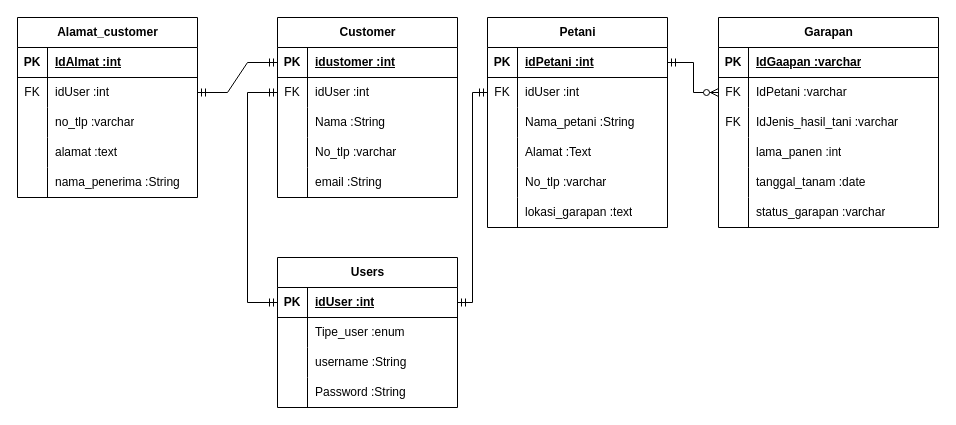
Earlier version of the draw.io diagram ERD.drawio (zzarr/Project3-design-diagram). Source tidied: cells renumbered, new cells numbered last; positions are measured from the earlier drawing's top-left corner, leaving out a move shared by most shapes. Both pictures are drawn from the tidied source at 100%, with x=0, y=0 at pixel (17, -3).
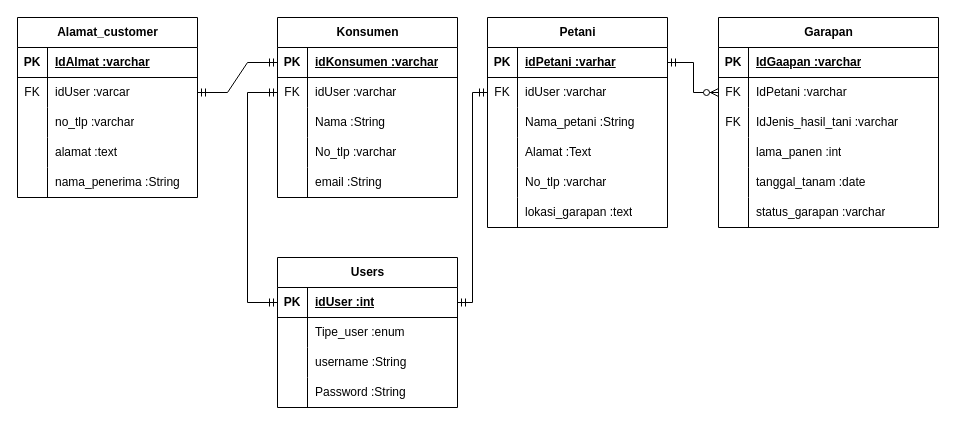
The same diagram, later.

The change refers to these unchanged cells:
```xml
<mxCell id="16" style="shape=tableRow;horizontal=0;startSize=0;swimlaneHead=0;swimlaneBody=0;fillColor=none;points=[[0,0.5],[1,0.5]];portConstraint=eastwest;top=0;left=0;right=0;bottom=1;" parent="15" vertex="1">
  <mxGeometry y="30" width="180" height="30" as="geometry" />
</mxCell>
<mxCell id="19" style="shape=tableRow;horizontal=0;startSize=0;swimlaneHead=0;swimlaneBody=0;fillColor=none;points=[[0,0.5],[1,0.5]];portConstraint=eastwest;top=0;left=0;right=0;bottom=0;" parent="15" vertex="1">
  <mxGeometry y="60" width="180" height="30" as="geometry" />
</mxCell>
<mxCell id="35" style="shape=tableRow;horizontal=0;startSize=0;swimlaneHead=0;swimlaneBody=0;fillColor=none;points=[[0,0.5],[1,0.5]];portConstraint=eastwest;top=0;left=0;right=0;bottom=1;" parent="34" vertex="1">
  <mxGeometry y="30" width="180" height="30" as="geometry" />
</mxCell>
<mxCell id="38" style="shape=tableRow;horizontal=0;startSize=0;swimlaneHead=0;swimlaneBody=0;fillColor=none;points=[[0,0.5],[1,0.5]];portConstraint=eastwest;top=0;left=0;right=0;bottom=0;" parent="34" vertex="1">
  <mxGeometry y="60" width="180" height="30" as="geometry" />
</mxCell>
<mxCell id="51" style="shape=tableRow;horizontal=0;startSize=0;swimlaneHead=0;swimlaneBody=0;fillColor=none;top=0;left=0;right=0;bottom=1;" parent="50" vertex="1">
  <mxGeometry y="30" width="180" height="30" as="geometry" />
</mxCell>
<mxCell id="54" style="shape=tableRow;horizontal=0;startSize=0;swimlaneHead=0;swimlaneBody=0;fillColor=none;points=[[0,0.5],[1,0.5]];portConstraint=eastwest;top=0;left=0;right=0;bottom=0;" parent="50" vertex="1">
  <mxGeometry y="60" width="180" height="30" as="geometry" />
</mxCell>
```

Change to the diagram source:
```diff
@@
-    <mxCell id="18" value="idPetani :int" style="shape=partialRectangle;fillColor=none;top=0;left=0;bottom=0;right=0;align=left;spacingLeft=6;fontStyle=5;overflow=hidden;whiteSpace=wrap;html=1;" parent="16" vertex="1">
+    <mxCell id="18" value="idPetani :varhar" style="shape=partialRectangle;fillColor=none;top=0;left=0;bottom=0;right=0;align=left;spacingLeft=6;fontStyle=5;overflow=hidden;whiteSpace=wrap;html=1;" parent="16" vertex="1">
       <mxGeometry x="30" width="150" height="30" as="geometry" />
     </mxCell>
@@
-    <mxCell id="21" value="idUser :int" style="shape=partialRectangle;fillColor=none;top=0;left=0;bottom=0;right=0;align=left;spacingLeft=6;overflow=hidden;whiteSpace=wrap;html=1;" parent="19" vertex="1">
+    <mxCell id="21" value="idUser :varchar" style="shape=partialRectangle;fillColor=none;top=0;left=0;bottom=0;right=0;align=left;spacingLeft=6;overflow=hidden;whiteSpace=wrap;html=1;" parent="19" vertex="1">
       <mxGeometry x="30" width="150" height="30" as="geometry" />
     </mxCell>
@@
-    <mxCell id="34" value="Customer" style="shape=table;startSize=30;childLayout=tableLayout;rowLines=0;fontStyle=1;align=center;html=1;" parent="1" vertex="1">
+    <mxCell id="34" value="Konsumen" style="shape=table;startSize=30;childLayout=tableLayout;rowLines=0;fontStyle=1;align=center;html=1;" parent="1" vertex="1">
       <mxGeometry x="260" y="20" width="180" height="180" as="geometry" />
     </mxCell>
@@
-    <mxCell id="37" value="idustomer :int" style="shape=partialRectangle;fillColor=none;top=0;left=0;bottom=0;right=0;align=left;spacingLeft=6;fontStyle=5;overflow=hidden;whiteSpace=wrap;html=1;" parent="35" vertex="1">
+    <mxCell id="37" value="idKonsumen :varchar" style="shape=partialRectangle;fillColor=none;top=0;left=0;bottom=0;right=0;align=left;spacingLeft=6;fontStyle=5;overflow=hidden;whiteSpace=wrap;html=1;" parent="35" vertex="1">
       <mxGeometry x="30" width="150" height="30" as="geometry" />
     </mxCell>
@@
-    <mxCell id="40" value="idUser :int" style="shape=partialRectangle;fillColor=none;top=0;left=0;bottom=0;right=0;align=left;spacingLeft=6;overflow=hidden;whiteSpace=wrap;html=1;" parent="38" vertex="1">
+    <mxCell id="40" value="idUser :varchar" style="shape=partialRectangle;fillColor=none;top=0;left=0;bottom=0;right=0;align=left;spacingLeft=6;overflow=hidden;whiteSpace=wrap;html=1;" parent="38" vertex="1">
       <mxGeometry x="30" width="150" height="30" as="geometry" />
     </mxCell>
@@
-    <mxCell id="53" value="IdAlmat :int" style="shape=partialRectangle;fillColor=none;top=0;left=0;bottom=0;right=0;align=left;spacingLeft=6;fontStyle=5;overflow=hidden;whiteSpace=wrap;html=1;" parent="51" vertex="1">
+    <mxCell id="53" value="IdAlmat :varchar" style="shape=partialRectangle;fillColor=none;top=0;left=0;bottom=0;right=0;align=left;spacingLeft=6;fontStyle=5;overflow=hidden;whiteSpace=wrap;html=1;" parent="51" vertex="1">
       <mxGeometry x="30" width="150" height="30" as="geometry" />
     </mxCell>
@@
-    <mxCell id="56" value="idUser :int" style="shape=partialRectangle;fillColor=none;top=0;left=0;bottom=0;right=0;align=left;spacingLeft=6;overflow=hidden;whiteSpace=wrap;html=1;" parent="54" vertex="1">
+    <mxCell id="56" value="idUser :varcar" style="shape=partialRectangle;fillColor=none;top=0;left=0;bottom=0;right=0;align=left;spacingLeft=6;overflow=hidden;whiteSpace=wrap;html=1;" parent="54" vertex="1">
       <mxGeometry x="30" width="150" height="30" as="geometry" />
     </mxCell>
```
